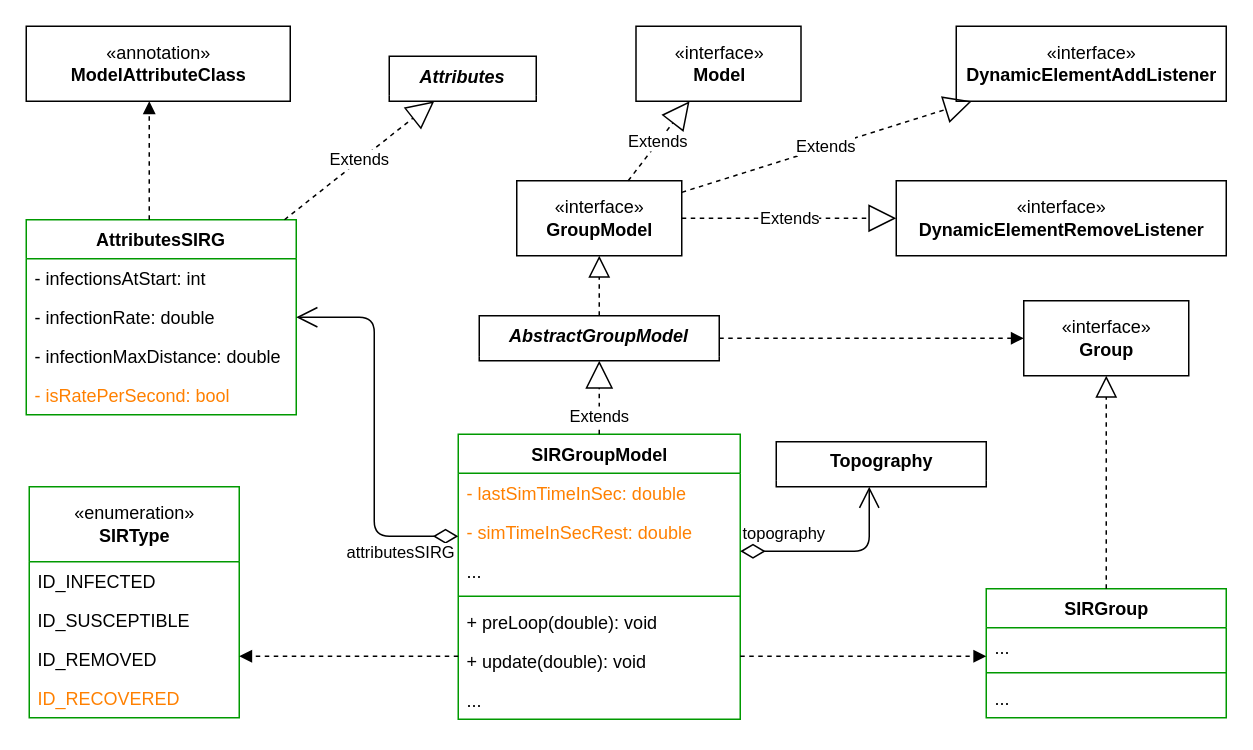
Earlier version of the draw.io diagram UML/sir_implementation_uml.drawio (sonmikrafft-uni-MLCMS/ex2). Source tidied: cells renumbered, new cells numbered last; positions are measured from the earlier drawing's top-left corner, leaving out a move shared by most shapes. Both pictures are drawn from the tidied source at 150%, with x=0, y=0 at pixel (26, 26).
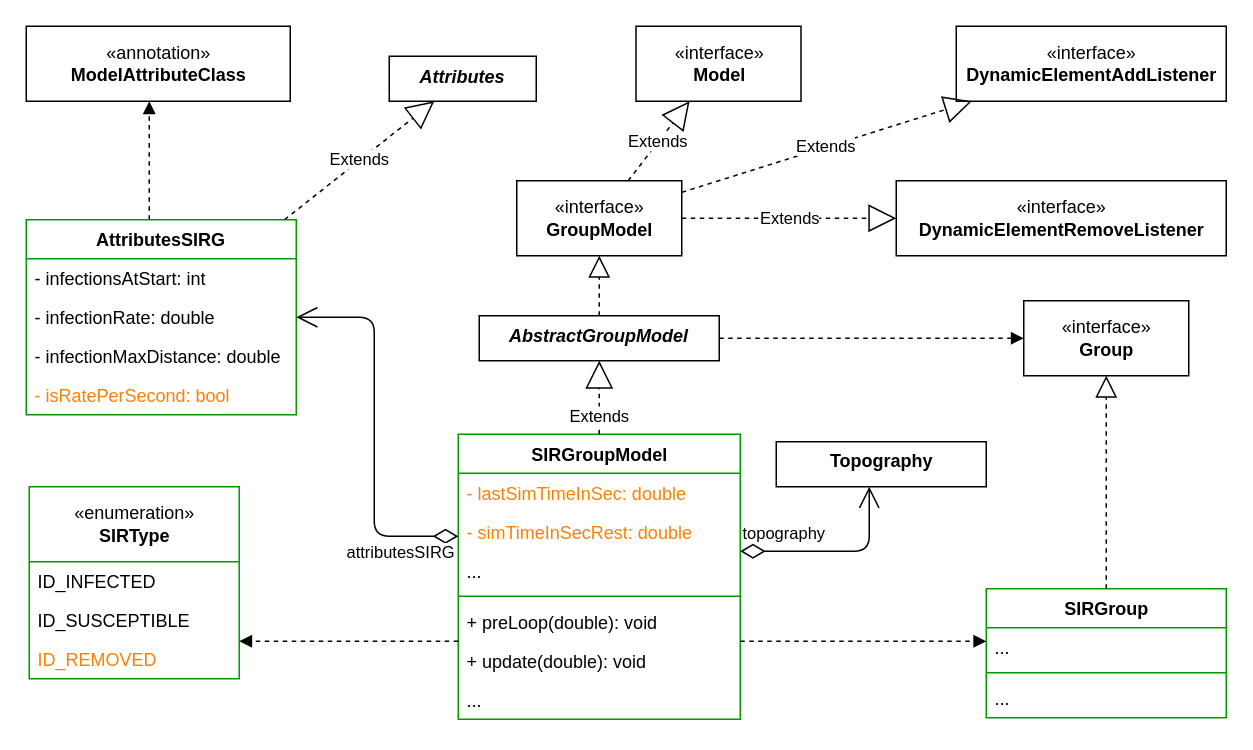
Above is the later version.

Commit message:
Fixed enum of sir types

The change refers to these unchanged cells:
```xml
<mxCell id="14" value="SIRGroupModel" style="swimlane;fontStyle=1;align=center;verticalAlign=top;horizontal=1;startSize=26;html=1;strokeColor=#009900;" parent="1" vertex="1">
  <mxGeometry x="288" y="272" width="188" height="190" as="geometry" />
</mxCell>
<mxCell id="22" value="SIRGroup" style="swimlane;fontStyle=1;align=center;verticalAlign=top;horizontal=1;startSize=26;html=1;strokeColor=#009900;" parent="1" vertex="1">
  <mxGeometry x="640" y="375" width="160" height="86" as="geometry" />
</mxCell>
```

What changed in the source:
```diff
@@
     <mxCell id="8" value="«enumeration»&lt;br&gt;&lt;b&gt;SIRType&lt;/b&gt;" style="swimlane;fontStyle=0;horizontal=1;startSize=50;fillColor=none;html=1;strokeColor=#009900;" parent="1" vertex="1">
-      <mxGeometry x="2" y="307" width="140" height="154" as="geometry" />
+      <mxGeometry x="2" y="307" width="140" height="128" as="geometry" />
     </mxCell>
@@
-    <mxCell id="11" value="ID_REMOVED" style="text;strokeColor=none;fillColor=none;align=left;verticalAlign=top;spacingLeft=4;spacingRight=4;overflow=hidden;" parent="8" vertex="1">
+    <mxCell id="11" value="ID_REMOVED" style="text;strokeColor=none;fillColor=none;align=left;verticalAlign=top;spacingLeft=4;spacingRight=4;overflow=hidden;fontColor=#FF8000;" parent="8" vertex="1">
       <mxGeometry y="102" width="140" height="26" as="geometry" />
     </mxCell>
-    <mxCell id="12" value="ID_RECOVERED" style="text;strokeColor=none;fillColor=none;align=left;verticalAlign=top;spacingLeft=4;spacingRight=4;overflow=hidden;fontColor=#FF8000;" parent="8" vertex="1">
-      <mxGeometry y="128" width="140" height="26" as="geometry" />
-    </mxCell>
@@
     <mxCell id="41" style="endArrow=block;endFill=1;html=1;edgeStyle=orthogonalEdgeStyle;align=left;verticalAlign=top;dashed=1;" parent="1" edge="1" source="14" target="8">
       <mxGeometry x="-1" relative="1" as="geometry">
         <Array as="points">
-          <mxPoint x="222" y="420" />
-          <mxPoint x="222" y="420" />
+          <mxPoint x="242" y="410" />
+          <mxPoint x="242" y="410" />
         </Array>
       </mxGeometry>
     </mxCell>
     <mxCell id="42" style="endArrow=block;endFill=1;html=1;edgeStyle=orthogonalEdgeStyle;align=left;verticalAlign=top;dashed=1;" parent="1" edge="1" source="14" target="22">
       <mxGeometry x="-1" relative="1" as="geometry">
         <Array as="points">
-          <mxPoint x="622" y="420" />
-          <mxPoint x="622" y="420" />
+          <mxPoint x="572" y="410" />
+          <mxPoint x="572" y="410" />
         </Array>
       </mxGeometry>
     </mxCell>
```
